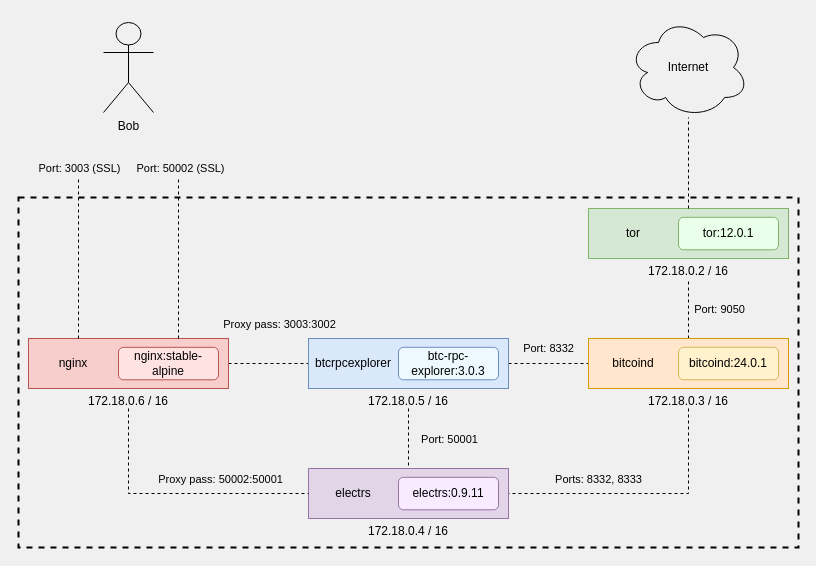
Above: .doc/readme/diagram.drawio.xml in reverse-hash/bitcoin-full-node-with-docker (draw.io), before the change. Source tidied: cells renumbered, new cells numbered last; positions are measured from the earlier drawing's top-left corner, leaving out a move shared by most shapes. Both pictures are drawn from the tidied source at 100%, with x=0, y=0 at pixel (18, 17).
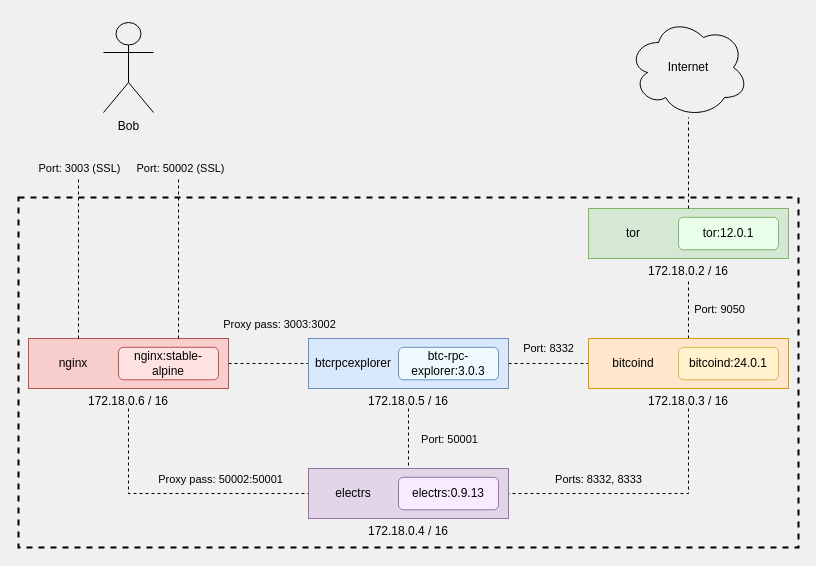
The same page after the edit.

What changed in the source:
```diff
@@
-    <mxCell id="18" value="electrs:0.9.11" style="rounded=1;whiteSpace=wrap;html=1;fillColor=#F8EBFF;strokeColor=#9673a6;" parent="1" vertex="1">
+    <mxCell id="18" value="electrs:0.9.13" style="rounded=1;whiteSpace=wrap;html=1;fillColor=#F8EBFF;strokeColor=#9673a6;" parent="1" vertex="1">
       <mxGeometry x="380" y="459.8" width="100" height="32.5" as="geometry" />
     </mxCell>
```
